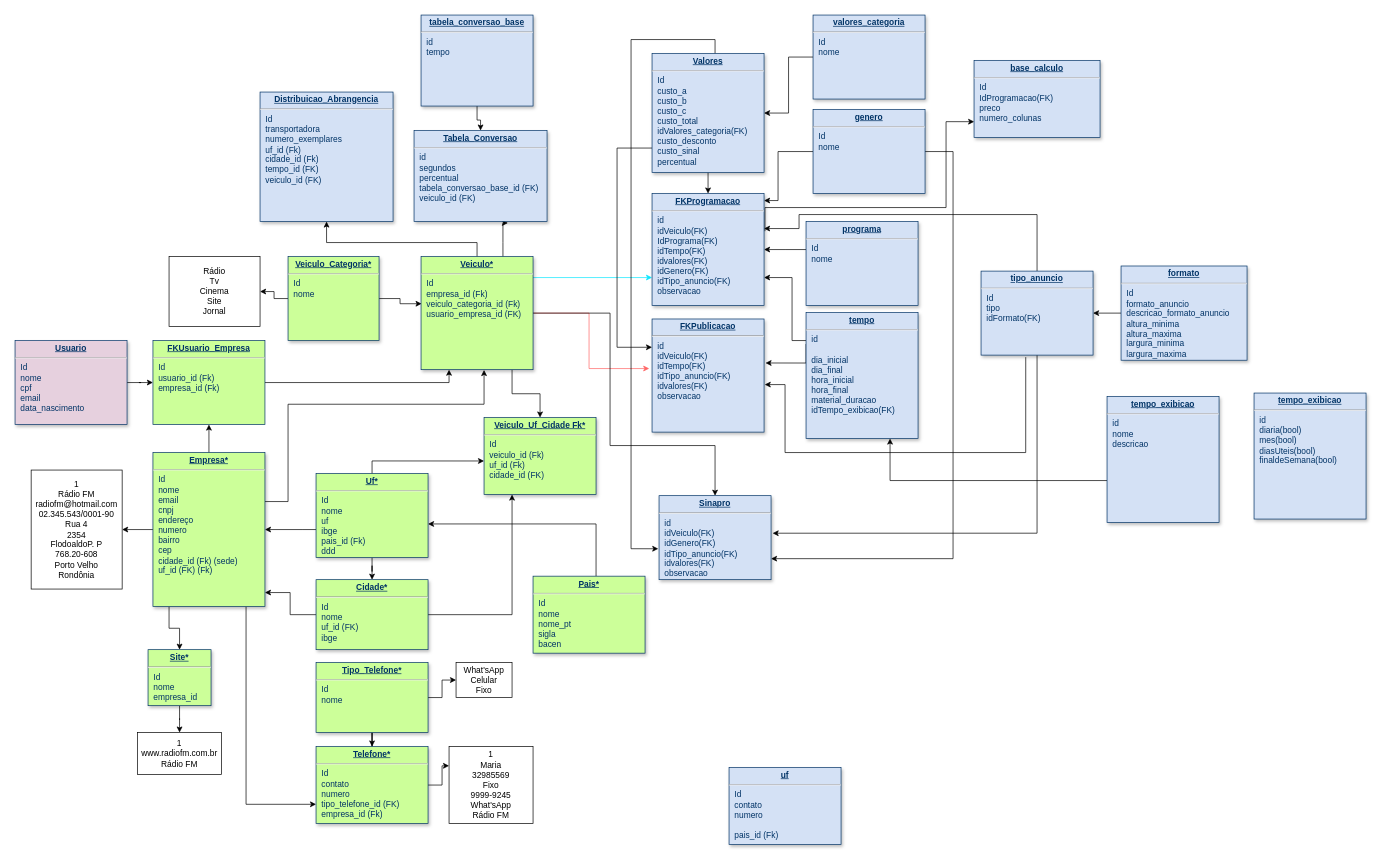
Earlier version of the draw.io diagram Diagrama atualizado.drawio (diogo-guimaraes/teste_git). Source tidied: cells renumbered, new cells numbered last; positions are measured from the earlier drawing's top-left corner, leaving out a move shared by most shapes. Both pictures are drawn from the tidied source at 70%, with x=0, y=0 at pixel (15, 15).
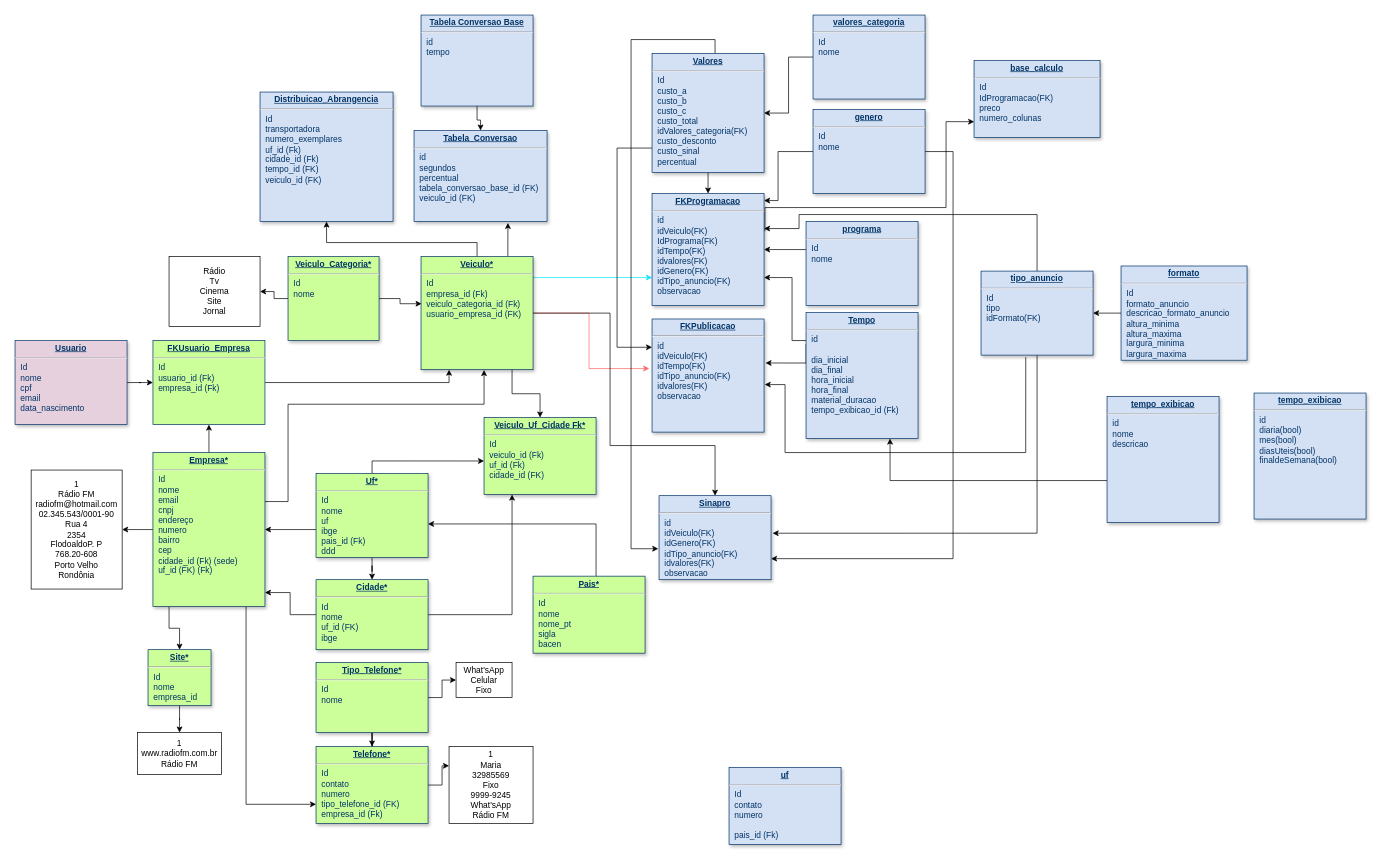
After the change.

Unchanged cells that the change refers to:
```xml
<mxCell id="15" value="&lt;p style=&quot;margin: 0px ; margin-top: 4px ; text-align: center ; text-decoration: underline&quot;&gt;&lt;b&gt;Veiculo*&lt;/b&gt;&lt;/p&gt;&lt;hr&gt;&lt;p style=&quot;margin: 0px ; margin-left: 8px&quot;&gt;Id&lt;/p&gt;&lt;p style=&quot;margin: 0px ; margin-left: 8px&quot;&gt;empresa_id (Fk)&lt;/p&gt;&lt;p style=&quot;margin: 0px ; margin-left: 8px&quot;&gt;veiculo_categoria_id (Fk)&lt;/p&gt;&lt;p style=&quot;margin: 0px ; margin-left: 8px&quot;&gt;usuario_empresa_id (FK)&lt;/p&gt;&lt;p style=&quot;margin: 0px 0px 0px 8px&quot;&gt;&lt;br&gt;&lt;/p&gt;&lt;div&gt;&lt;br&gt;&lt;/div&gt;&lt;p style=&quot;margin: 0px ; margin-left: 8px&quot;&gt;&lt;br&gt;&lt;/p&gt;" style="verticalAlign=top;align=left;overflow=fill;fontSize=12;fontFamily=Helvetica;html=1;strokeColor=#003366;shadow=1;fillColor=#CCFF99;fontColor=#003366;" parent="1" vertex="1">
  <mxGeometry x="580" y="345" width="160" height="161.6" as="geometry" />
</mxCell>
<mxCell id="43" value="&lt;p style=&quot;margin: 0px ; margin-top: 4px ; text-align: center ; text-decoration: underline&quot;&gt;&lt;b&gt;Tabela_Conversao&lt;/b&gt;&lt;/p&gt;&lt;hr&gt;&lt;p style=&quot;margin: 0px ; margin-left: 8px&quot;&gt;id&lt;/p&gt;&lt;p style=&quot;margin: 0px ; margin-left: 8px&quot;&gt;&lt;span&gt;segundos&lt;/span&gt;&lt;br&gt;&lt;/p&gt;&lt;p style=&quot;margin: 0px ; margin-left: 8px&quot;&gt;percentual&lt;/p&gt;&lt;p style=&quot;margin: 0px 0px 0px 8px&quot;&gt;tabela_conversao_base_id (FK)&lt;/p&gt;&lt;p style=&quot;margin: 0px ; margin-left: 8px&quot;&gt;veiculo_id (FK)&lt;/p&gt;" style="verticalAlign=top;align=left;overflow=fill;fontSize=12;fontFamily=Helvetica;html=1;strokeColor=#003366;shadow=1;fillColor=#D4E1F5;fontColor=#003366;" parent="1" vertex="1">
  <mxGeometry x="570" y="165" width="190" height="130" as="geometry" />
</mxCell>
```

The edit, as a diff of the source:
```diff
@@
     <mxCell id="11" style="edgeStyle=orthogonalEdgeStyle;rounded=0;jettySize=auto;html=1;entryX=0.706;entryY=1.015;entryDx=0;entryDy=0;entryPerimeter=0;" parent="1" edge="1" source="15" target="43">
       <mxGeometry relative="1" as="geometry">
         <Array as="points">
-          <mxPoint x="697" y="325" />
-          <mxPoint x="697" y="325" />
+          <mxPoint x="704" y="325" />
+          <mxPoint x="704" y="325" />
         </Array>
       </mxGeometry>
     </mxCell>
@@
-    <mxCell id="40" value="&lt;p style=&quot;margin: 0px ; margin-top: 4px ; text-align: center ; text-decoration: underline&quot;&gt;&lt;b&gt;tempo&lt;/b&gt;&lt;/p&gt;&lt;hr&gt;&lt;p style=&quot;margin: 0px ; margin-left: 8px&quot;&gt;id&lt;/p&gt;&lt;p style=&quot;margin: 0px ; margin-left: 8px&quot;&gt;&lt;br&gt;&lt;/p&gt;&lt;p style=&quot;margin: 0px ; margin-left: 8px&quot;&gt;&lt;span&gt;dia_inicial&lt;/span&gt;&lt;br&gt;&lt;/p&gt;&lt;p style=&quot;margin: 0px ; margin-left: 8px&quot;&gt;dia_final&lt;/p&gt;&lt;p style=&quot;margin: 0px ; margin-left: 8px&quot;&gt;hora_inicial&lt;/p&gt;&lt;p style=&quot;margin: 0px ; margin-left: 8px&quot;&gt;hora_final&lt;/p&gt;&lt;p style=&quot;margin: 0px ; margin-left: 8px&quot;&gt;material_duracao&lt;/p&gt;&lt;p style=&quot;margin: 0px ; margin-left: 8px&quot;&gt;idTempo_exibicao(FK)&lt;/p&gt;" style="verticalAlign=top;align=left;overflow=fill;fontSize=12;fontFamily=Helvetica;html=1;strokeColor=#003366;shadow=1;fillColor=#D4E1F5;fontColor=#003366;" parent="1" vertex="1">
+    <mxCell id="40" value="&lt;p style=&quot;margin: 0px ; margin-top: 4px ; text-align: center ; text-decoration: underline&quot;&gt;&lt;b&gt;Tempo&lt;/b&gt;&lt;/p&gt;&lt;hr&gt;&lt;p style=&quot;margin: 0px ; margin-left: 8px&quot;&gt;id&lt;/p&gt;&lt;p style=&quot;margin: 0px ; margin-left: 8px&quot;&gt;&lt;br&gt;&lt;/p&gt;&lt;p style=&quot;margin: 0px ; margin-left: 8px&quot;&gt;&lt;span&gt;dia_inicial&lt;/span&gt;&lt;br&gt;&lt;/p&gt;&lt;p style=&quot;margin: 0px ; margin-left: 8px&quot;&gt;dia_final&lt;/p&gt;&lt;p style=&quot;margin: 0px ; margin-left: 8px&quot;&gt;hora_inicial&lt;/p&gt;&lt;p style=&quot;margin: 0px ; margin-left: 8px&quot;&gt;hora_final&lt;/p&gt;&lt;p style=&quot;margin: 0px ; margin-left: 8px&quot;&gt;material_duracao&lt;/p&gt;&lt;p style=&quot;margin: 0px ; margin-left: 8px&quot;&gt;tempo_exibicao_id (Fk)&lt;/p&gt;" style="verticalAlign=top;align=left;overflow=fill;fontSize=12;fontFamily=Helvetica;html=1;strokeColor=#003366;shadow=1;fillColor=#D4E1F5;fontColor=#003366;" parent="1" vertex="1">
       <mxGeometry x="1130" y="425" width="160" height="180" as="geometry" />
     </mxCell>
@@
-    <mxCell id="45" value="&lt;p style=&quot;margin: 0px ; margin-top: 4px ; text-align: center ; text-decoration: underline&quot;&gt;&lt;b&gt;tabela_conversao_base&lt;/b&gt;&lt;/p&gt;&lt;hr&gt;&lt;p style=&quot;margin: 0px ; margin-left: 8px&quot;&gt;id&lt;/p&gt;&lt;p style=&quot;margin: 0px ; margin-left: 8px&quot;&gt;tempo&lt;/p&gt;&lt;p style=&quot;margin: 0px ; margin-left: 8px&quot;&gt;&lt;br&gt;&lt;/p&gt;" style="verticalAlign=top;align=left;overflow=fill;fontSize=12;fontFamily=Helvetica;html=1;strokeColor=#003366;shadow=1;fillColor=#D4E1F5;fontColor=#003366;" parent="1" vertex="1">
+    <mxCell id="45" value="&lt;p style=&quot;margin: 0px ; margin-top: 4px ; text-align: center ; text-decoration: underline&quot;&gt;&lt;b&gt;Tabela Conversao Base&lt;/b&gt;&lt;/p&gt;&lt;hr&gt;&lt;p style=&quot;margin: 0px ; margin-left: 8px&quot;&gt;id&lt;/p&gt;&lt;p style=&quot;margin: 0px ; margin-left: 8px&quot;&gt;tempo&lt;/p&gt;&lt;p style=&quot;margin: 0px ; margin-left: 8px&quot;&gt;&lt;br&gt;&lt;/p&gt;" style="verticalAlign=top;align=left;overflow=fill;fontSize=12;fontFamily=Helvetica;html=1;strokeColor=#003366;shadow=1;fillColor=#D4E1F5;fontColor=#003366;" parent="1" vertex="1">
       <mxGeometry x="580" width="160" height="130" as="geometry" />
     </mxCell>
```
